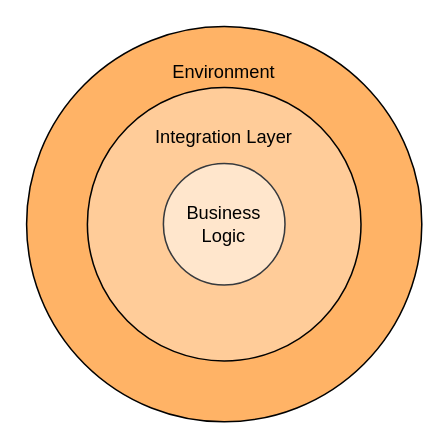
The draw.io diagram page "Scen1" (1 of 2) of article_02/Untitled Diagram.drawio in StefanSchade/blog-operational-requirements-diagrams, before the edit. Source tidied: cells renumbered, new cells numbered last; positions are measured from the earlier drawing's top-left corner, leaving out a move shared by most shapes. Both pictures are drawn from the tidied source at 152%, with x=0, y=0 at pixel (26, 26).
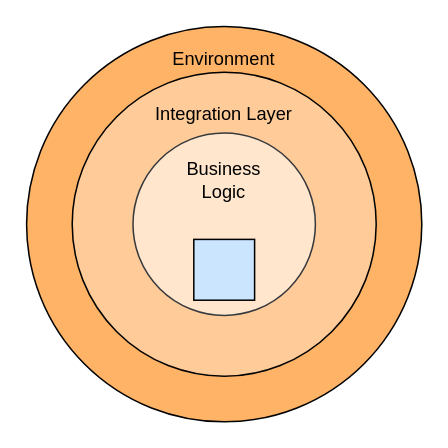
After the change.

Diff of the diagram source:
```diff
@@
 <mxGraphModel>
   <root>
     <mxCell id="0" />
     <mxCell id="1" parent="0" />
-    <mxCell id="2" value="Environment&lt;br&gt;&lt;br&gt;&lt;br&gt;&lt;br&gt;&lt;br&gt;&lt;br&gt;&lt;br&gt;&lt;br&gt;&lt;br&gt;&lt;br&gt;&lt;br&gt;&lt;br&gt;&lt;br&gt;&lt;br&gt;&lt;br&gt;" style="ellipse;whiteSpace=wrap;html=1;shadow=0;fillColor=#FFB366;strokeColor=default;gradientColor=none;" parent="1" vertex="1">
+    <mxCell id="2" value="Environment&lt;br&gt;&lt;br&gt;&lt;br&gt;&lt;br&gt;&lt;br&gt;&lt;br&gt;&lt;br&gt;&lt;br&gt;&lt;br&gt;&lt;br&gt;&lt;br&gt;&lt;br&gt;&lt;br&gt;&lt;br&gt;&lt;br&gt;&lt;br&gt;" style="ellipse;whiteSpace=wrap;html=1;shadow=0;fillColor=#FFB366;strokeColor=default;gradientColor=none;" parent="1" vertex="1">
       <mxGeometry width="260" height="260" as="geometry" />
     </mxCell>
-    <mxCell id="3" value="Integration Layer&lt;br&gt;&lt;br&gt;&lt;br&gt;&lt;br&gt;&lt;br&gt;&lt;br&gt;&lt;br&gt;&lt;div&gt;&lt;br&gt;&lt;/div&gt;&lt;div&gt;&lt;br&gt;&lt;/div&gt;" style="ellipse;whiteSpace=wrap;html=1;shadow=0;fillColor=#FFCC99;strokeColor=default;align=center;" parent="1" vertex="1">
-      <mxGeometry x="40" y="40" width="180" height="180" as="geometry" />
+    <mxCell id="3" value="Integration Layer&lt;br&gt;&lt;br&gt;&lt;br&gt;&lt;br&gt;&lt;br&gt;&lt;br&gt;&lt;br&gt;&lt;div&gt;&lt;br&gt;&lt;/div&gt;&lt;div&gt;&lt;br&gt;&lt;/div&gt;&lt;div&gt;&lt;br&gt;&lt;/div&gt;&lt;div&gt;&lt;br&gt;&lt;/div&gt;" style="ellipse;whiteSpace=wrap;html=1;shadow=0;fillColor=#FFCC99;strokeColor=default;align=center;" parent="1" vertex="1">
+      <mxGeometry x="30" y="30" width="200" height="200" as="geometry" />
     </mxCell>
-    <mxCell id="4" value="Business&lt;br&gt;Logic" style="ellipse;whiteSpace=wrap;html=1;fillColor=#FFE6CC;strokeColor=#36393d;" parent="1" vertex="1">
-      <mxGeometry x="90" y="90" width="80" height="80" as="geometry" />
+    <mxCell id="4" value="Business&lt;br&gt;Logic&lt;br&gt;&lt;br&gt;&lt;br&gt;&lt;br&gt;&lt;br&gt;" style="ellipse;whiteSpace=wrap;html=1;fillColor=#FFE6CC;strokeColor=#36393d;direction=south;" parent="1" vertex="1">
+      <mxGeometry x="70" y="70" width="120" height="120" as="geometry" />
     </mxCell>
+    <mxCell id="5" style="whiteSpace=wrap;html=1;shadow=0;fontFamily=Helvetica;fontSize=12;fontColor=default;strokeColor=default;fillColor=#CCE5FF;direction=south;" parent="1" vertex="1">
+      <mxGeometry x="110" y="140" width="40" height="40" as="geometry" />
+    </mxCell>
   </root>
 </mxGraphModel>
```
